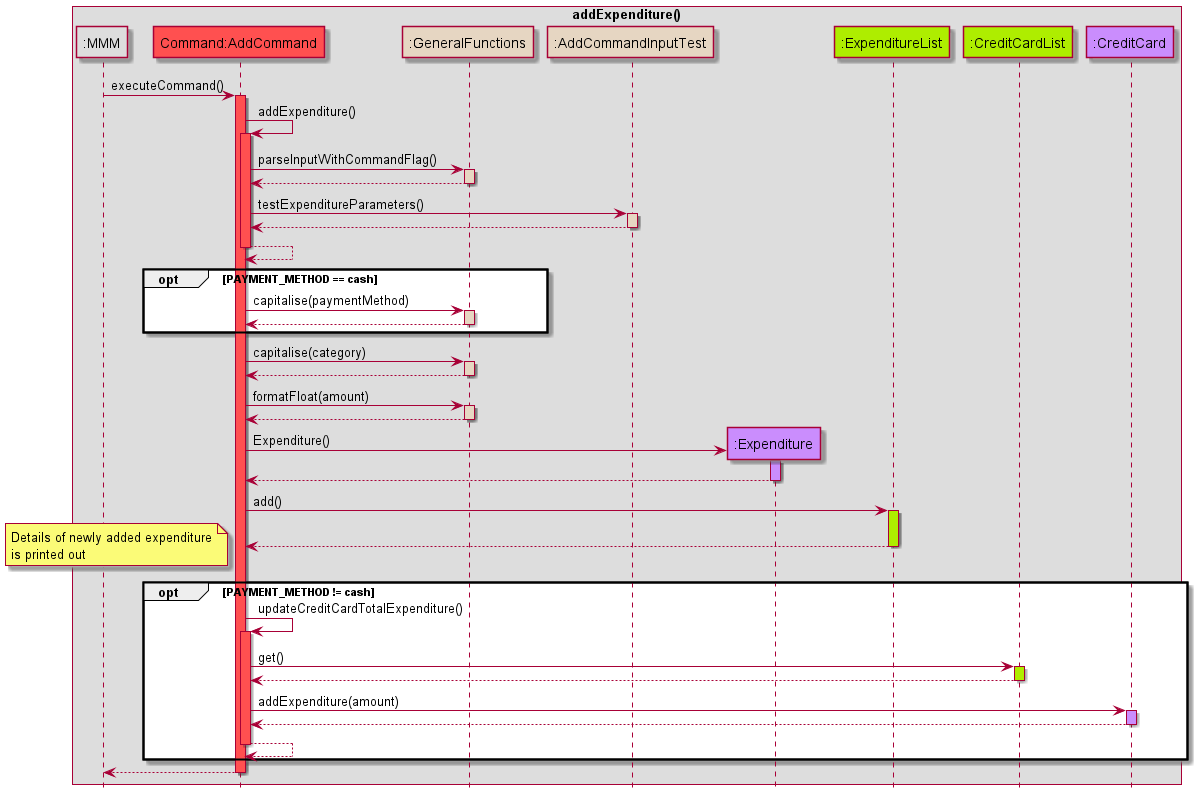
Earlier version of the PlantUML export docs/images/AddExpenditureSequenceDiagram.png (nus-cs2113-AY2122S2/tp).
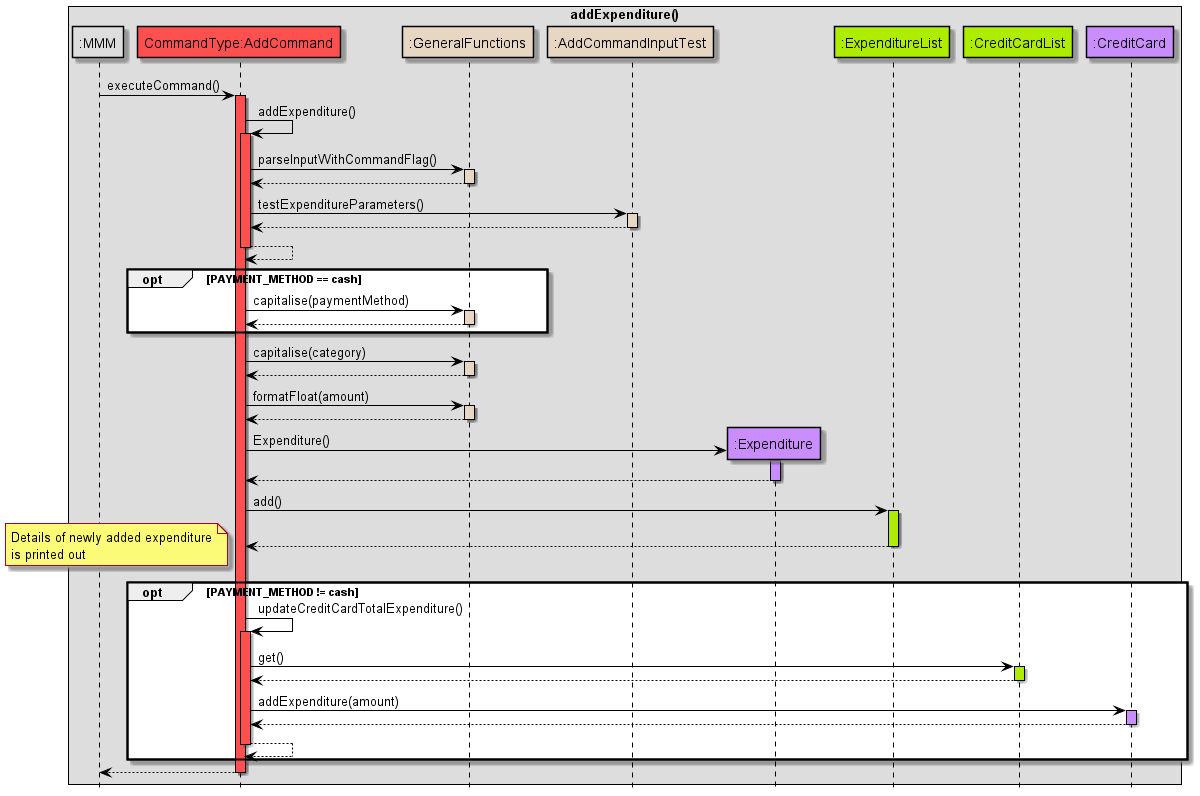
Above is the later version.

What changed in the source:
```diff
@@ -1,9 +1,16 @@
 @startuml
 !include Style.puml
 
+skinparam sequence {
+ArrowColor black
+participantBorderColor black
+LifelineBorderColor black
+boxBorderColor black
+}
+
 box addExpenditure()
 participant ":MMM" as MMM MMM_COLOUR
-participant "Command:AddCommand" as AddCommand COMMANDS_COLOUR
+participant "CommandType:AddCommand" as AddCommand COMMANDS_COLOUR
 participant ":GeneralFunctions" as GeneralFunctions HELPER_COLOUR
 participant ":AddCommandInputTest" as AddCommandInputTest HELPER_COLOUR
 participant ":Expenditure" as Expenditure USERFINANCIAL_COLOUR
```
